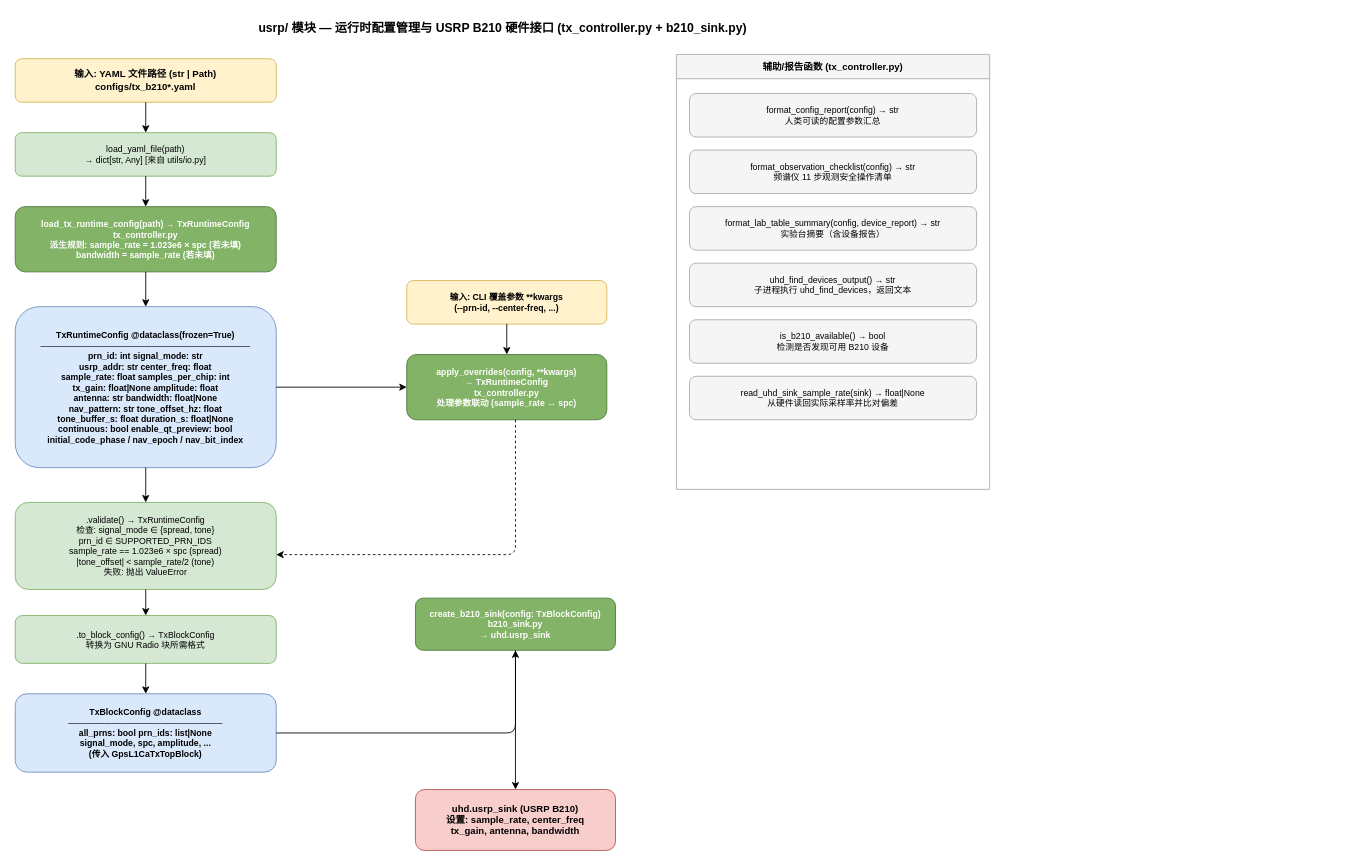
Above: src/gnss_tx/usrp/architecture.drawio in SHENAO1/gnss_tx (draw.io), before the change. Source tidied: cells renumbered, new cells numbered last; positions are measured from the earlier drawing's top-left corner, leaving out a move shared by most shapes. Both pictures are drawn from the tidied source at 87%, with x=0, y=0 at pixel (15, 15).
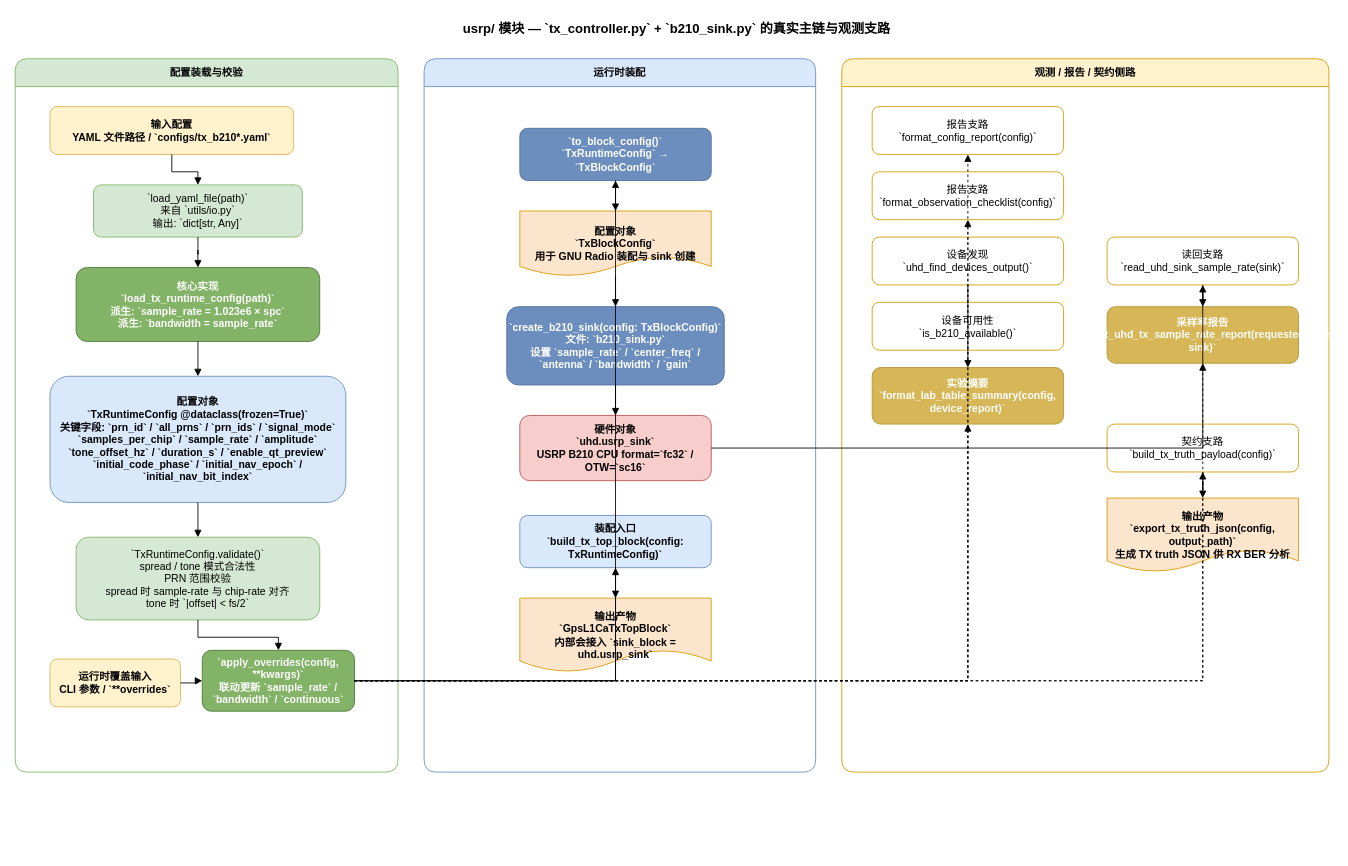
The same diagram, later.

Commit message (it also covers changes not shown here):
docs: update architecture diagrams and tx experiment plans

What changed in the source:
```diff
@@
-    <mxCell id="2" value="usrp/ 模块 — 运行时配置管理与 USRP B210 硬件接口 (tx_controller.py + b210_sink.py)" style="text;html=1;fontStyle=1;fontSize=14;align=center;" parent="1" vertex="1">
-      <mxGeometry x="10" width="1100" height="30" as="geometry" />
+    <mxCell id="2" value="usrp/ 模块 — `tx_controller.py` + `b210_sink.py` 的真实主链与观测支路" style="text;html=1;fontStyle=1;fontSize=15;align=center;" parent="1" vertex="1">
+      <mxGeometry x="10" width="1500" height="30" as="geometry" />
     </mxCell>
-    <mxCell id="3" value="输入: YAML 文件路径 (str | Path)&#10;configs/tx_b210*.yaml" style="rounded=1;whiteSpace=wrap;fillColor=#fff2cc;strokeColor=#d6b656;fontSize=11;fontStyle=1;" parent="1" vertex="1">
-      <mxGeometry y="50" width="300" height="50" as="geometry" />
-    </mxCell>
-    <mxCell id="4" value="load_yaml_file(path)&#10;→ dict[str, Any]  [来自 utils/io.py]" style="rounded=1;whiteSpace=wrap;fillColor=#d5e8d4;strokeColor=#82b366;fontSize=10;" parent="1" vertex="1">
-      <mxGeometry y="135" width="300" height="50" as="geometry" />
-    </mxCell>
-    <mxCell id="5" value="load_tx_runtime_config(path) → TxRuntimeConfig&#10;tx_controller.py&#10;派生规则: sample_rate = 1.023e6 × spc (若未填)&#10;         bandwidth = sample_rate (若未填)" style="rounded=1;whiteSpace=wrap;fillColor=#82b366;strokeColor=#4d7a3a;fontColor=#ffffff;fontStyle=1;fontSize=10;" parent="1" vertex="1">
-      <mxGeometry y="220" width="300" height="75" as="geometry" />
-    </mxCell>
-    <mxCell id="6" value="TxRuntimeConfig  @dataclass(frozen=True)&#10;──────────────────────────────────&#10;prn_id: int           signal_mode: str&#10;usrp_addr: str        center_freq: float&#10;sample_rate: float    samples_per_chip: int&#10;tx_gain: float|None   amplitude: float&#10;antenna: str          bandwidth: float|None&#10;nav_pattern: str      tone_offset_hz: float&#10;tone_buffer_s: float  duration_s: float|None&#10;continuous: bool      enable_qt_preview: bool&#10;initial_code_phase / nav_epoch / nav_bit_index" style="rounded=1;whiteSpace=wrap;fillColor=#dae8fc;strokeColor=#6c8ebf;fontStyle=1;fontSize=10;" parent="1" vertex="1">
-      <mxGeometry y="335" width="300" height="185" as="geometry" />
-    </mxCell>
+    <mxCell id="32" value="配置装载与校验" style="swimlane;html=1;whiteSpace=wrap;rounded=1;horizontal=1;startSize=32;strokeColor=#82B366;fillColor=#D5E8D4;fontStyle=1;" parent="1" vertex="1">
+      <mxGeometry y="50" width="440" height="820" as="geometry" />
+    </mxCell>
+    <mxCell id="33" value="运行时装配" style="swimlane;html=1;whiteSpace=wrap;rounded=1;horizontal=1;startSize=32;strokeColor=#6C8EBF;fillColor=#DAE8FC;fontStyle=1;" parent="1" vertex="1">
+      <mxGeometry x="470" y="50" width="450" height="820" as="geometry" />
+    </mxCell>
+    <mxCell id="34" value="观测 / 报告 / 契约侧路" style="swimlane;html=1;whiteSpace=wrap;rounded=1;horizontal=1;startSize=32;strokeColor=#D79B00;fillColor=#FFF2CC;fontStyle=1;" parent="1" vertex="1">
+      <mxGeometry x="950" y="50" width="560" height="820" as="geometry" />
+    </mxCell>
+    <mxCell id="35" value="输入配置&#10;YAML 文件路径 / `configs/tx_b210*.yaml`" style="rounded=1;whiteSpace=wrap;html=1;fillColor=#FFF2CC;strokeColor=#D6B656;fontStyle=1;" parent="32" vertex="1">
+      <mxGeometry x="40" y="55" width="280" height="55" as="geometry" />
+    </mxCell>
+    <mxCell id="36" value="`load_yaml_file(path)`&#10;来自 `utils/io.py`&#10;输出: `dict[str, Any]`" style="rounded=1;whiteSpace=wrap;html=1;fillColor=#D5E8D4;strokeColor=#82B366;" parent="32" vertex="1">
+      <mxGeometry x="90" y="145" width="240" height="60" as="geometry" />
+    </mxCell>
+    <mxCell id="37" value="核心实现&#10;`load_tx_runtime_config(path)`&#10;派生: `sample_rate = 1.023e6 × spc`&#10;派生: `bandwidth = sample_rate`" style="rounded=1;whiteSpace=wrap;html=1;fillColor=#82B366;strokeColor=#4D7A3A;fontColor=#ffffff;fontStyle=1;" parent="32" vertex="1">
+      <mxGeometry x="70" y="240" width="280" height="85" as="geometry" />
+    </mxCell>
+    <mxCell id="38" value="配置对象&#10;`TxRuntimeConfig @dataclass(frozen=True)`&#10;关键字段: `prn_id` / `all_prns` / `prn_ids` / `signal_mode`&#10;`samples_per_chip` / `sample_rate` / `amplitude`&#10;`tone_offset_hz` / `duration_s` / `enable_qt_preview`&#10;`initial_code_phase` / `initial_nav_epoch` / `initial_nav_bit_index`" style="rounded=1;whiteSpace=wrap;html=1;fillColor=#DAE8FC;strokeColor=#6C8EBF;fontStyle=1;" parent="32" vertex="1">
+      <mxGeometry x="40" y="365" width="340" height="145" as="geometry" />
+    </mxCell>
-    <mxCell id="7" value=".validate() → TxRuntimeConfig&#10;检查: signal_mode ∈ {spread, tone}&#10;      prn_id ∈ SUPPORTED_PRN_IDS&#10;      sample_rate == 1.023e6 × spc (spread)&#10;      |tone_offset| &lt; sample_rate/2 (tone)&#10;失败: 抛出 ValueError" style="rounded=1;whiteSpace=wrap;fillColor=#d5e8d4;strokeColor=#82b366;fontSize=10;" parent="1" vertex="1">
-      <mxGeometry y="560" width="300" height="100" as="geometry" />
+    <mxCell id="7" value="`TxRuntimeConfig.validate()`&#10;spread / tone 模式合法性&#10;PRN 范围校验&#10;spread 时 sample-rate 与 chip-rate 对齐&#10;tone 时 `|offset| &lt; fs/2`" style="rounded=1;whiteSpace=wrap;html=1;fillColor=#D5E8D4;strokeColor=#82B366;" parent="32" vertex="1">
+      <mxGeometry x="70" y="550" width="280" height="95" as="geometry" />
     </mxCell>
-    <mxCell id="8" value=".to_block_config() → TxBlockConfig&#10;转换为 GNU Radio 块所需格式" style="rounded=1;whiteSpace=wrap;fillColor=#d5e8d4;strokeColor=#82b366;fontSize=10;" parent="1" vertex="1">
-      <mxGeometry y="690" width="300" height="55" as="geometry" />
-    </mxCell>
-    <mxCell id="9" value="TxBlockConfig  @dataclass&#10;─────────────────────────&#10;all_prns: bool    prn_ids: list|None&#10;signal_mode, spc, amplitude, ...&#10;(传入 GpsL1CaTxTopBlock)" style="rounded=1;whiteSpace=wrap;fillColor=#dae8fc;strokeColor=#6c8ebf;fontStyle=1;fontSize=10;" parent="1" vertex="1">
-      <mxGeometry y="780" width="300" height="90" as="geometry" />
-    </mxCell>
-    <mxCell id="10" value="输入: CLI 覆盖参数 **kwargs&#10;(--prn-id, --center-freq, ...)" style="rounded=1;whiteSpace=wrap;fillColor=#fff2cc;strokeColor=#d6b656;fontSize=10;fontStyle=1;" parent="1" vertex="1">
-      <mxGeometry x="450" y="305" width="230" height="50" as="geometry" />
-    </mxCell>
-    <mxCell id="11" value="apply_overrides(config, **kwargs)&#10;→ TxRuntimeConfig&#10;tx_controller.py&#10;处理参数联动 (sample_rate ↔ spc)" style="rounded=1;whiteSpace=wrap;fillColor=#82b366;strokeColor=#4d7a3a;fontColor=#ffffff;fontStyle=1;fontSize=10;" parent="1" vertex="1">
-      <mxGeometry x="450" y="390" width="230" height="75" as="geometry" />
-    </mxCell>
-    <mxCell id="12" value="create_b210_sink(config: TxBlockConfig)&#10;b210_sink.py&#10;→ uhd.usrp_sink" style="rounded=1;whiteSpace=wrap;fillColor=#82b366;strokeColor=#4d7a3a;fontColor=#ffffff;fontStyle=1;fontSize=10;" parent="1" vertex="1">
-      <mxGeometry x="460" y="670" width="230" height="60" as="geometry" />
-    </mxCell>
-    <mxCell id="13" value="uhd.usrp_sink (USRP B210)&#10;设置: sample_rate, center_freq&#10;      tx_gain, antenna, bandwidth" style="rounded=1;whiteSpace=wrap;fillColor=#f8cecc;strokeColor=#b85450;fontStyle=1;fontSize=11;" parent="1" vertex="1">
-      <mxGeometry x="460" y="890" width="230" height="70" as="geometry" />
-    </mxCell>
-    <mxCell id="14" value="辅助/报告函数 (tx_controller.py)" style="swimlane;startSize=28;fillColor=#f5f5f5;strokeColor=#aaaaaa;fontStyle=1;fontSize=11;" parent="1" vertex="1">
-      <mxGeometry x="760" y="45" width="360" height="500" as="geometry" />
-    </mxCell>
-    <mxCell id="15" value="format_config_report(config) → str&#10;人类可读的配置参数汇总" style="rounded=1;whiteSpace=wrap;fillColor=#f5f5f5;strokeColor=#aaaaaa;fontSize=10;" parent="1" vertex="1">
-      <mxGeometry x="775" y="90" width="330" height="50" as="geometry" />
-    </mxCell>
-    <mxCell id="16" value="format_observation_checklist(config) → str&#10;频谱仪 11 步观测安全操作清单" style="rounded=1;whiteSpace=wrap;fillColor=#f5f5f5;strokeColor=#aaaaaa;fontSize=10;" parent="1" vertex="1">
-      <mxGeometry x="775" y="155" width="330" height="50" as="geometry" />
-    </mxCell>
-    <mxCell id="17" value="format_lab_table_summary(config, device_report) → str&#10;实验台摘要（含设备报告）" style="rounded=1;whiteSpace=wrap;fillColor=#f5f5f5;strokeColor=#aaaaaa;fontSize=10;" parent="1" vertex="1">
-      <mxGeometry x="775" y="220" width="330" height="50" as="geometry" />
-    </mxCell>
-    <mxCell id="18" value="uhd_find_devices_output() → str&#10;子进程执行 uhd_find_devices，返回文本" style="rounded=1;whiteSpace=wrap;fillColor=#f5f5f5;strokeColor=#aaaaaa;fontSize=10;" parent="1" vertex="1">
-      <mxGeometry x="775" y="285" width="330" height="50" as="geometry" />
-    </mxCell>
-    <mxCell id="19" value="is_b210_available() → bool&#10;检测是否发现可用 B210 设备" style="rounded=1;whiteSpace=wrap;fillColor=#f5f5f5;strokeColor=#aaaaaa;fontSize=10;" parent="1" vertex="1">
-      <mxGeometry x="775" y="350" width="330" height="50" as="geometry" />
-    </mxCell>
-    <mxCell id="20" value="read_uhd_sink_sample_rate(sink) → float|None&#10;从硬件读回实际采样率并比对偏差" style="rounded=1;whiteSpace=wrap;fillColor=#f5f5f5;strokeColor=#aaaaaa;fontSize=10;" parent="1" vertex="1">
-      <mxGeometry x="775" y="415" width="330" height="50" as="geometry" />
-    </mxCell>
+    <mxCell id="39" value="运行时覆盖输入&#10;CLI 参数 / `**overrides`" style="rounded=1;whiteSpace=wrap;html=1;fillColor=#FFF2CC;strokeColor=#D6B656;fontStyle=1;" parent="32" vertex="1">
+      <mxGeometry x="40" y="690" width="150" height="55" as="geometry" />
+    </mxCell>
+    <mxCell id="40" value="`apply_overrides(config, **kwargs)`&#10;联动更新 `sample_rate` / `bandwidth` / `continuous`" style="rounded=1;whiteSpace=wrap;html=1;fillColor=#82B366;strokeColor=#4D7A3A;fontColor=#ffffff;fontStyle=1;" parent="32" vertex="1">
+      <mxGeometry x="215" y="680" width="175" height="70" as="geometry" />
+    </mxCell>
+    <mxCell id="41" value="`to_block_config()`&#10;`TxRuntimeConfig` → `TxBlockConfig`" style="rounded=1;whiteSpace=wrap;html=1;fillColor=#6C8EBF;strokeColor=#4E6E9C;fontColor=#ffffff;fontStyle=1;" parent="33" vertex="1">
+      <mxGeometry x="110" y="80" width="220" height="60" as="geometry" />
+    </mxCell>
+    <mxCell id="42" value="配置对象&#10;`TxBlockConfig`&#10;用于 GNU Radio 装配与 sink 创建" style="shape=document;whiteSpace=wrap;html=1;fillColor=#FCE5CD;strokeColor=#D79B00;fontStyle=1;" parent="33" vertex="1">
+      <mxGeometry x="110" y="175" width="220" height="75" as="geometry" />
+    </mxCell>
+    <mxCell id="43" value="`create_b210_sink(config: TxBlockConfig)`&#10;文件: `b210_sink.py`&#10;设置 `sample_rate` / `center_freq` / `antenna` / `bandwidth` / `gain`" style="rounded=1;whiteSpace=wrap;html=1;fillColor=#6C8EBF;strokeColor=#4E6E9C;fontColor=#ffffff;fontStyle=1;" parent="33" vertex="1">
+      <mxGeometry x="95" y="285" width="250" height="90" as="geometry" />
+    </mxCell>
+    <mxCell id="44" value="硬件对象&#10;`uhd.usrp_sink`&#10;USRP B210 CPU format=`fc32` / OTW=`sc16`" style="rounded=1;whiteSpace=wrap;html=1;fillColor=#F8CECC;strokeColor=#B85450;fontStyle=1;" parent="33" vertex="1">
+      <mxGeometry x="110" y="410" width="220" height="75" as="geometry" />
+    </mxCell>
+    <mxCell id="45" value="装配入口&#10;`build_tx_top_block(config: TxRuntimeConfig)`" style="rounded=1;whiteSpace=wrap;html=1;fillColor=#DAE8FC;strokeColor=#6C8EBF;fontStyle=1;" parent="33" vertex="1">
+      <mxGeometry x="110" y="525" width="220" height="60" as="geometry" />
+    </mxCell>
+    <mxCell id="46" value="输出产物&#10;`GpsL1CaTxTopBlock`&#10;内部会接入 `sink_block = uhd.usrp_sink`" style="shape=document;whiteSpace=wrap;html=1;fillColor=#FCE5CD;strokeColor=#D79B00;fontStyle=1;" parent="33" vertex="1">
+      <mxGeometry x="110" y="620" width="220" height="85" as="geometry" />
+    </mxCell>
+    <mxCell id="47" value="报告支路&#10;`format_config_report(config)`" style="rounded=1;whiteSpace=wrap;html=1;fillColor=#FFFFFF;strokeColor=#D79B00;" parent="34" vertex="1">
+      <mxGeometry x="35" y="55" width="220" height="55" as="geometry" />
+    </mxCell>
+    <mxCell id="48" value="报告支路&#10;`format_observation_checklist(config)`" style="rounded=1;whiteSpace=wrap;html=1;fillColor=#FFFFFF;strokeColor=#D79B00;" parent="34" vertex="1">
+      <mxGeometry x="35" y="130" width="220" height="55" as="geometry" />
+    </mxCell>
+    <mxCell id="49" value="设备发现&#10;`uhd_find_devices_output()`" style="rounded=1;whiteSpace=wrap;html=1;fillColor=#FFFFFF;strokeColor=#D79B00;" parent="34" vertex="1">
+      <mxGeometry x="35" y="205" width="220" height="55" as="geometry" />
+    </mxCell>
+    <mxCell id="50" value="设备可用性&#10;`is_b210_available()`" style="rounded=1;whiteSpace=wrap;html=1;fillColor=#FFFFFF;strokeColor=#D79B00;" parent="34" vertex="1">
+      <mxGeometry x="35" y="280" width="220" height="55" as="geometry" />
+    </mxCell>
+    <mxCell id="51" value="实验摘要&#10;`format_lab_table_summary(config, device_report)`" style="rounded=1;whiteSpace=wrap;html=1;fillColor=#D6B656;strokeColor=#B09533;fontColor=#ffffff;fontStyle=1;" parent="34" vertex="1">
+      <mxGeometry x="35" y="355" width="220" height="65" as="geometry" />
+    </mxCell>
+    <mxCell id="52" value="读回支路&#10;`read_uhd_sink_sample_rate(sink)`" style="rounded=1;whiteSpace=wrap;html=1;fillColor=#FFFFFF;strokeColor=#D79B00;" parent="34" vertex="1">
+      <mxGeometry x="305" y="205" width="220" height="55" as="geometry" />
+    </mxCell>
+    <mxCell id="53" value="采样率报告&#10;`format_uhd_tx_sample_rate_report(requested_rate, sink)`" style="rounded=1;whiteSpace=wrap;html=1;fillColor=#D6B656;strokeColor=#B09533;fontColor=#ffffff;fontStyle=1;" parent="34" vertex="1">
+      <mxGeometry x="305" y="285" width="220" height="65" as="geometry" />
+    </mxCell>
+    <mxCell id="54" value="契约支路&#10;`build_tx_truth_payload(config)`" style="rounded=1;whiteSpace=wrap;html=1;fillColor=#FFFFFF;strokeColor=#D79B00;" parent="34" vertex="1">
+      <mxGeometry x="305" y="420" width="220" height="55" as="geometry" />
+    </mxCell>
+    <mxCell id="55" value="输出产物&#10;`export_tx_truth_json(config, output_path)`&#10;生成 TX truth JSON 供 RX BER 分析" style="shape=document;whiteSpace=wrap;html=1;fillColor=#FCE5CD;strokeColor=#D79B00;fontStyle=1;" parent="34" vertex="1">
+      <mxGeometry x="305" y="505" width="220" height="85" as="geometry" />
+    </mxCell>
-    <mxCell id="21" style="edgeStyle=orthogonalEdgeStyle;" parent="1" edge="1" source="3" target="4">
+    <mxCell id="21" style="edgeStyle=orthogonalEdgeStyle;rounded=0;jettySize=auto;html=1;endArrow=block;endFill=1;" parent="1" edge="1" source="35" target="36">
       <mxGeometry relative="1" as="geometry" />
     </mxCell>
-    <mxCell id="22" style="edgeStyle=orthogonalEdgeStyle;" parent="1" edge="1" source="4" target="5">
+    <mxCell id="22" style="edgeStyle=orthogonalEdgeStyle;rounded=0;jettySize=auto;html=1;endArrow=block;endFill=1;" parent="1" edge="1" source="36" target="37">
       <mxGeometry relative="1" as="geometry" />
     </mxCell>
-    <mxCell id="23" style="edgeStyle=orthogonalEdgeStyle;" parent="1" edge="1" source="5" target="6">
+    <mxCell id="23" style="edgeStyle=orthogonalEdgeStyle;rounded=0;jettySize=auto;html=1;endArrow=block;endFill=1;" parent="1" edge="1" source="37" target="38">
       <mxGeometry relative="1" as="geometry" />
     </mxCell>
-    <mxCell id="24" style="edgeStyle=orthogonalEdgeStyle;" parent="1" edge="1" source="6" target="7">
+    <mxCell id="24" style="edgeStyle=orthogonalEdgeStyle;rounded=0;jettySize=auto;html=1;endArrow=block;endFill=1;" parent="1" edge="1" source="38" target="7">
       <mxGeometry relative="1" as="geometry" />
     </mxCell>
-    <mxCell id="25" style="edgeStyle=orthogonalEdgeStyle;" parent="1" edge="1" source="7" target="8">
+    <mxCell id="25" style="edgeStyle=orthogonalEdgeStyle;rounded=0;jettySize=auto;html=1;endArrow=block;endFill=1;" parent="1" edge="1" source="39" target="40">
       <mxGeometry relative="1" as="geometry" />
     </mxCell>
-    <mxCell id="26" style="edgeStyle=orthogonalEdgeStyle;" parent="1" edge="1" source="8" target="9">
+    <mxCell id="26" style="edgeStyle=orthogonalEdgeStyle;rounded=0;jettySize=auto;html=1;endArrow=block;endFill=1;" parent="1" edge="1" source="7" target="40">
       <mxGeometry relative="1" as="geometry" />
     </mxCell>
-    <mxCell id="27" style="edgeStyle=orthogonalEdgeStyle;" parent="1" edge="1" source="10" target="11">
+    <mxCell id="27" style="edgeStyle=orthogonalEdgeStyle;rounded=0;jettySize=auto;html=1;endArrow=block;endFill=1;" parent="1" edge="1" source="40" target="41">
       <mxGeometry relative="1" as="geometry" />
     </mxCell>
-    <mxCell id="28" style="edgeStyle=orthogonalEdgeStyle;" parent="1" edge="1" source="6" target="11">
+    <mxCell id="28" style="edgeStyle=orthogonalEdgeStyle;rounded=0;jettySize=auto;html=1;endArrow=block;endFill=1;" parent="1" edge="1" source="41" target="42">
       <mxGeometry relative="1" as="geometry" />
     </mxCell>
-    <mxCell id="29" style="edgeStyle=orthogonalEdgeStyle;dashed=1;" parent="1" edge="1" source="11" target="7">
-      <mxGeometry relative="1" as="geometry">
-        <Array as="points">
-          <mxPoint x="575" y="620" />
-        </Array>
-      </mxGeometry>
+    <mxCell id="29" style="edgeStyle=orthogonalEdgeStyle;rounded=0;jettySize=auto;html=1;endArrow=block;endFill=1;" parent="1" edge="1" source="42" target="43">
+      <mxGeometry relative="1" as="geometry" />
     </mxCell>
-    <mxCell id="30" style="edgeStyle=orthogonalEdgeStyle;" parent="1" edge="1" source="9" target="12">
+    <mxCell id="30" style="edgeStyle=orthogonalEdgeStyle;rounded=0;jettySize=auto;html=1;endArrow=block;endFill=1;" parent="1" edge="1" source="43" target="44">
       <mxGeometry relative="1" as="geometry" />
     </mxCell>
-    <mxCell id="31" style="edgeStyle=orthogonalEdgeStyle;" parent="1" edge="1" source="12" target="13">
+    <mxCell id="31" style="edgeStyle=orthogonalEdgeStyle;rounded=0;jettySize=auto;html=1;endArrow=block;endFill=1;" parent="1" edge="1" source="40" target="45">
       <mxGeometry relative="1" as="geometry" />
     </mxCell>
+    <mxCell id="56" style="edgeStyle=orthogonalEdgeStyle;rounded=0;jettySize=auto;html=1;endArrow=block;endFill=1;" parent="1" edge="1" source="45" target="46">
+      <mxGeometry relative="1" as="geometry" />
+    </mxCell>
+    <mxCell id="57" style="edgeStyle=orthogonalEdgeStyle;rounded=0;jettySize=auto;html=1;dashed=1;endArrow=block;endFill=1;" parent="1" edge="1" source="40" target="47">
+      <mxGeometry relative="1" as="geometry" />
+    </mxCell>
+    <mxCell id="58" style="edgeStyle=orthogonalEdgeStyle;rounded=0;jettySize=auto;html=1;dashed=1;endArrow=block;endFill=1;" parent="1" edge="1" source="40" target="48">
+      <mxGeometry relative="1" as="geometry" />
+    </mxCell>
+    <mxCell id="59" style="edgeStyle=orthogonalEdgeStyle;rounded=0;jettySize=auto;html=1;endArrow=block;endFill=1;" parent="1" edge="1" source="49" target="51">
+      <mxGeometry relative="1" as="geometry" />
+    </mxCell>
+    <mxCell id="60" style="edgeStyle=orthogonalEdgeStyle;rounded=0;jettySize=auto;html=1;dashed=1;endArrow=block;endFill=1;" parent="1" edge="1" source="40" target="51">
+      <mxGeometry relative="1" as="geometry" />
+    </mxCell>
+    <mxCell id="61" style="edgeStyle=orthogonalEdgeStyle;rounded=0;jettySize=auto;html=1;endArrow=block;endFill=1;" parent="1" edge="1" source="44" target="52">
+      <mxGeometry relative="1" as="geometry" />
+    </mxCell>
+    <mxCell id="62" style="edgeStyle=orthogonalEdgeStyle;rounded=0;jettySize=auto;html=1;endArrow=block;endFill=1;" parent="1" edge="1" source="52" target="53">
+      <mxGeometry relative="1" as="geometry" />
+    </mxCell>
+    <mxCell id="63" style="edgeStyle=orthogonalEdgeStyle;rounded=0;jettySize=auto;html=1;dashed=1;endArrow=block;endFill=1;" parent="1" edge="1" source="40" target="53">
+      <mxGeometry relative="1" as="geometry" />
+    </mxCell>
+    <mxCell id="64" style="edgeStyle=orthogonalEdgeStyle;rounded=0;jettySize=auto;html=1;dashed=1;endArrow=block;endFill=1;" parent="1" edge="1" source="40" target="54">
+      <mxGeometry relative="1" as="geometry" />
+    </mxCell>
+    <mxCell id="65" style="edgeStyle=orthogonalEdgeStyle;rounded=0;jettySize=auto;html=1;endArrow=block;endFill=1;" parent="1" edge="1" source="54" target="55">
+      <mxGeometry relative="1" as="geometry" />
+    </mxCell>
```
